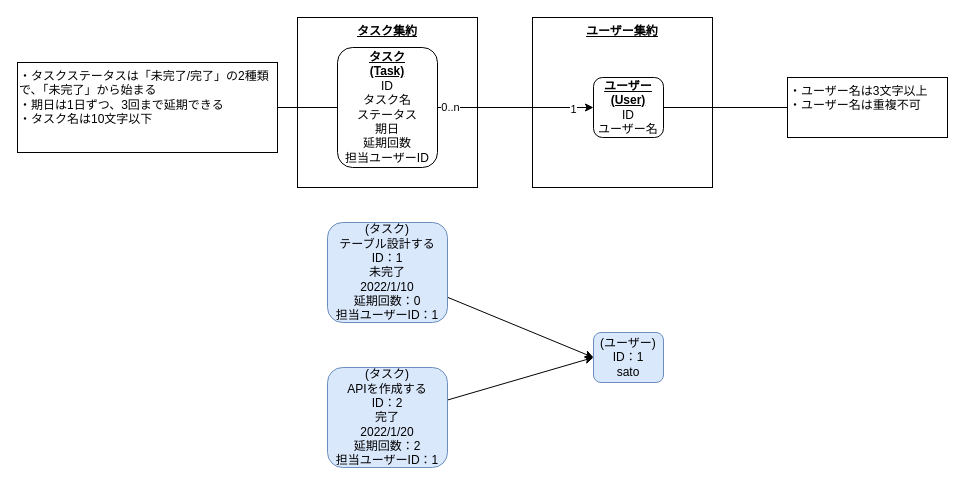
Above: page "ドメインモデル図/オブジェクト図" (2 of 2) of ddd-sample.drawio in k-kazuya0926/ddd-sample (draw.io), before the change. Source tidied: cells renumbered, new cells numbered last; positions are measured from the earlier drawing's top-left corner, leaving out a move shared by most shapes. Both pictures are drawn from the tidied source at 100%, with x=0, y=0 at pixel (17, 17).
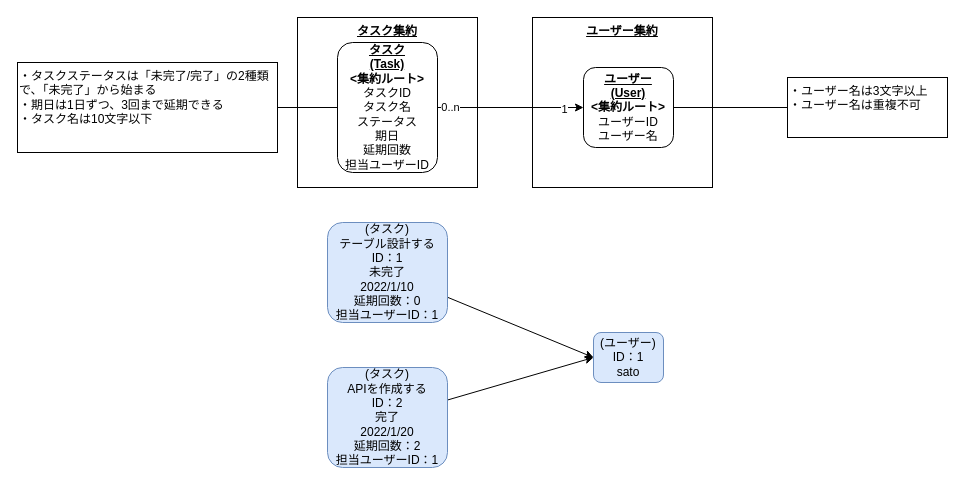
The same diagram, later.

What changed in the source:
```diff
@@
 <mxGraphModel>
   <root>
     <mxCell id="0" />
     <mxCell id="1" parent="0" />
     <mxCell id="2" value="&lt;u&gt;&lt;b&gt;ユーザー集約&lt;/b&gt;&lt;/u&gt;" style="rounded=0;whiteSpace=wrap;html=1;fillColor=none;verticalAlign=top;" parent="1" vertex="1">
       <mxGeometry x="515" width="180" height="170" as="geometry" />
     </mxCell>
     <mxCell id="3" value="&lt;u&gt;&lt;b&gt;タスク集約&lt;/b&gt;&lt;/u&gt;" style="rounded=0;whiteSpace=wrap;html=1;fillColor=none;verticalAlign=top;" parent="1" vertex="1">
       <mxGeometry x="280" width="180" height="170" as="geometry" />
     </mxCell>
     <mxCell id="4" style="edgeStyle=none;rounded=0;jettySize=auto;html=1;entryX=0;entryY=0.5;entryDx=0;entryDy=0;endArrow=classic;endFill=1;" parent="1" edge="1" source="7" target="8">
       <mxGeometry relative="1" as="geometry" />
     </mxCell>
     <mxCell id="5" value="0..n" style="edgeLabel;html=1;align=center;verticalAlign=middle;" parent="4" vertex="1">
       <mxGeometry x="-0.84" y="1" relative="1" as="geometry" />
     </mxCell>
     <mxCell id="6" value="1" style="edgeLabel;html=1;align=center;verticalAlign=middle;" parent="4" vertex="1">
       <mxGeometry x="0.73" y="-1" relative="1" as="geometry" />
     </mxCell>
-    <mxCell id="7" value="&lt;b&gt;&lt;u&gt;タスク&lt;br&gt;(Task)&lt;/u&gt;&lt;/b&gt;&lt;br&gt;ID&lt;br&gt;タスク名&lt;br&gt;ステータス&lt;br&gt;期日&lt;br&gt;延期回数&lt;br&gt;担当ユーザーID" style="rounded=1;whiteSpace=wrap;html=1;" parent="1" vertex="1">
-      <mxGeometry x="320" y="30" width="100" height="120" as="geometry" />
+    <mxCell id="7" value="&lt;b&gt;&lt;u&gt;タスク&lt;br&gt;(Task)&lt;br&gt;&lt;/u&gt;&amp;lt;集約ルート&amp;gt;&lt;/b&gt;&lt;br&gt;タスクID&lt;br&gt;タスク名&lt;br&gt;ステータス&lt;br&gt;期日&lt;br&gt;延期回数&lt;br&gt;担当ユーザーID" style="rounded=1;whiteSpace=wrap;html=1;" parent="1" vertex="1">
+      <mxGeometry x="320" y="25" width="100" height="130" as="geometry" />
     </mxCell>
-    <mxCell id="8" value="&lt;b&gt;&lt;u&gt;ユーザー&lt;br&gt;(User)&lt;/u&gt;&lt;/b&gt;&lt;br&gt;ID&lt;br&gt;ユーザー名" style="rounded=1;whiteSpace=wrap;html=1;" parent="1" vertex="1">
-      <mxGeometry x="576" y="60" width="70" height="60" as="geometry" />
+    <mxCell id="8" value="&lt;b&gt;&lt;u&gt;ユーザー&lt;br&gt;(User)&lt;/u&gt;&lt;/b&gt;&lt;br&gt;&lt;b&gt;&amp;lt;集約ルート&amp;gt;&lt;/b&gt;&lt;br&gt;ユーザーID&lt;br&gt;ユーザー名" style="rounded=1;whiteSpace=wrap;html=1;" parent="1" vertex="1">
+      <mxGeometry x="566" y="50" width="90" height="80" as="geometry" />
     </mxCell>
     <mxCell id="9" style="edgeStyle=none;rounded=0;jettySize=auto;html=1;entryX=0;entryY=0.5;entryDx=0;entryDy=0;endArrow=none;endFill=0;" parent="1" edge="1" source="10" target="7">
       <mxGeometry relative="1" as="geometry" />
     </mxCell>
     <mxCell id="10" value="・タスクステータスは「未完了/完了」の2種類で、「未完了」から始まる&lt;br&gt;・期日は1日ずつ、3回まで延期できる&lt;br&gt;・タスク名は10文字以下" style="rounded=0;whiteSpace=wrap;html=1;align=left;verticalAlign=top;" parent="1" vertex="1">
       <mxGeometry y="45" width="260" height="90" as="geometry" />
     </mxCell>
     <mxCell id="11" style="edgeStyle=none;rounded=0;jettySize=auto;html=1;entryX=0;entryY=0.5;entryDx=0;entryDy=0;endArrow=classic;endFill=1;" parent="1" edge="1" source="12" target="15">
       <mxGeometry relative="1" as="geometry" />
     </mxCell>
     <mxCell id="12" value="(タスク)&lt;br&gt;テーブル設計する&lt;br&gt;ID：1&lt;br&gt;未完了&lt;br&gt;2022/1/10&lt;br&gt;延期回数：0&lt;br&gt;担当ユーザーID：1" style="rounded=1;whiteSpace=wrap;html=1;fillColor=#dae8fc;align=center;strokeColor=#6c8ebf;" parent="1" vertex="1">
       <mxGeometry x="310" y="205" width="120" height="100" as="geometry" />
     </mxCell>
     <mxCell id="13" style="edgeStyle=none;rounded=0;jettySize=auto;html=1;entryX=0;entryY=0.5;entryDx=0;entryDy=0;endArrow=classic;endFill=1;" parent="1" edge="1" source="14" target="15">
       <mxGeometry relative="1" as="geometry" />
     </mxCell>
     <mxCell id="14" value="(タスク)&lt;br&gt;APIを作成する&lt;br&gt;ID：2&lt;br&gt;完了&lt;br&gt;2022/1/20&lt;br&gt;延期回数：2&lt;br&gt;担当ユーザーID：1" style="rounded=1;whiteSpace=wrap;html=1;fillColor=#dae8fc;align=center;strokeColor=#6c8ebf;" parent="1" vertex="1">
       <mxGeometry x="310" y="350" width="120" height="100" as="geometry" />
     </mxCell>
     <mxCell id="15" value="(ユーザー)&lt;br&gt;ID：1&lt;br&gt;sato" style="rounded=1;whiteSpace=wrap;html=1;fillColor=#dae8fc;align=center;strokeColor=#6c8ebf;" parent="1" vertex="1">
       <mxGeometry x="576" y="315" width="70" height="50" as="geometry" />
     </mxCell>
     <mxCell id="16" style="edgeStyle=orthogonalEdgeStyle;rounded=0;jettySize=auto;html=1;entryX=1;entryY=0.5;entryDx=0;entryDy=0;endArrow=none;endFill=0;" parent="1" edge="1" source="17" target="8">
       <mxGeometry relative="1" as="geometry" />
     </mxCell>
     <mxCell id="17" value="・ユーザー名は3文字以上&lt;br&gt;・ユーザー名は重複不可" style="rounded=0;whiteSpace=wrap;html=1;align=left;verticalAlign=top;" parent="1" vertex="1">
       <mxGeometry x="770" y="60" width="160" height="60" as="geometry" />
     </mxCell>
   </root>
 </mxGraphModel>
```
